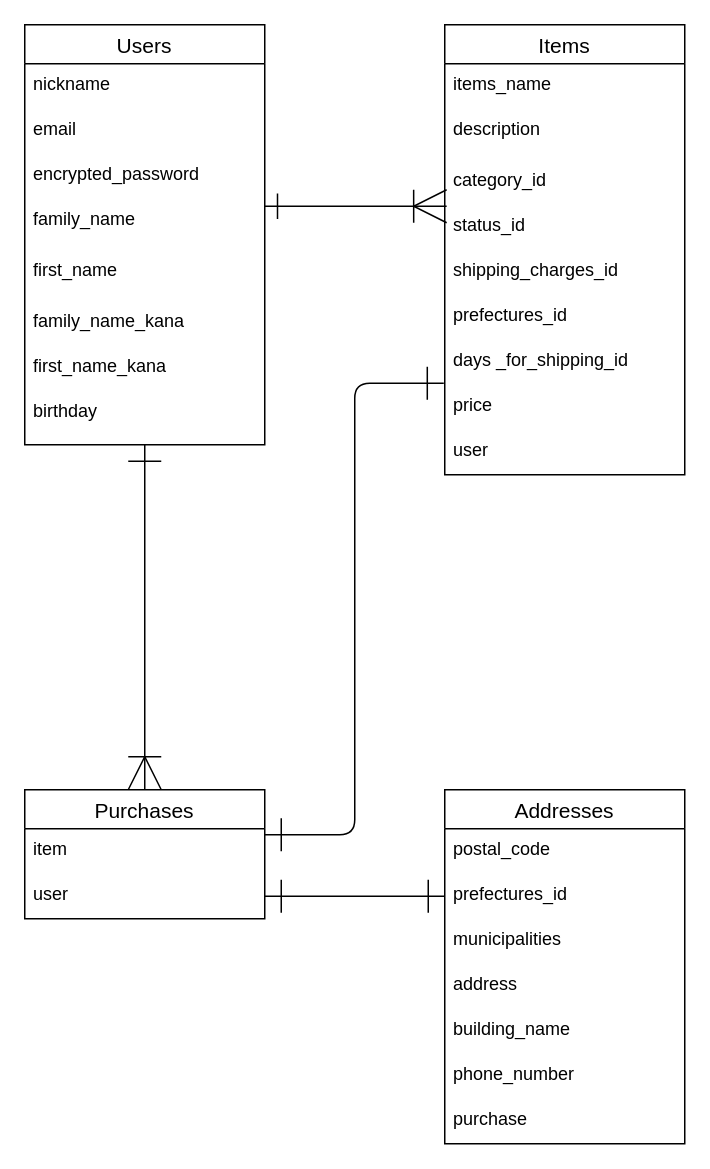
juuata/furima-38787 keeps this draw.io diagram as furima.dio. Above is the earlier version. Source tidied: cells renumbered, new cells numbered last; positions are measured from the earlier drawing's top-left corner, leaving out a move shared by most shapes. Both pictures are drawn from the tidied source at 150%, with x=0, y=0 at pixel (24, 24).
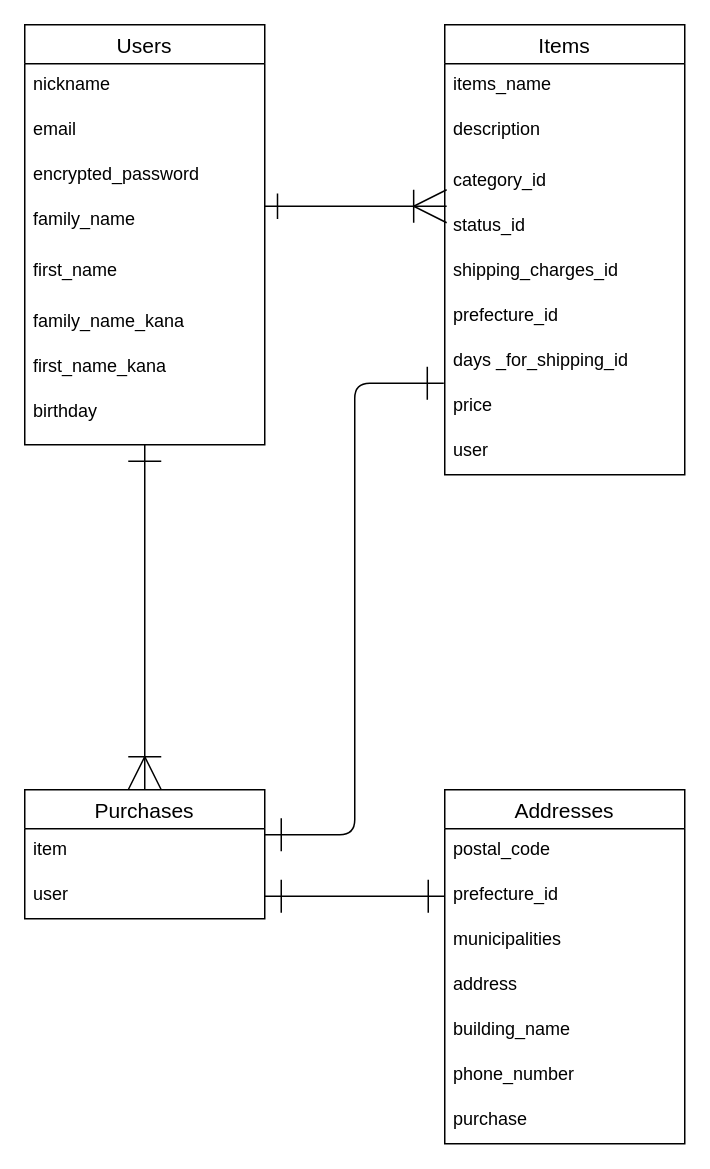
The same page after the edit.

Commit message (it also covers changes not shown here):
ER図とREADMEの設計 修正版３

The change refers to these unchanged cells:
```xml
<mxCell id="11" value="Items" style="swimlane;fontStyle=0;horizontal=1;startSize=26;align=center;fontSize=14;" parent="1" vertex="1">
  <mxGeometry x="280" width="160" height="300" as="geometry" />
</mxCell>
<mxCell id="24" value="Addresses" style="swimlane;fontStyle=0;horizontal=1;startSize=26;align=center;fontSize=14;" parent="1" vertex="1">
  <mxGeometry x="280" y="510" width="160" height="236" as="geometry" />
</mxCell>
```

Change to the diagram source:
```diff
@@
-    <mxCell id="17" value="prefectures_id" style="text;strokeColor=none;fillColor=none;spacingLeft=4;spacingRight=4;overflow=hidden;fontSize=12;" parent="11" vertex="1">
+    <mxCell id="17" value="prefecture_id" style="text;strokeColor=none;fillColor=none;spacingLeft=4;spacingRight=4;overflow=hidden;fontSize=12;" parent="11" vertex="1">
       <mxGeometry y="180" width="160" height="30" as="geometry" />
     </mxCell>
@@
-    <mxCell id="26" value="prefectures_id" style="text;strokeColor=none;fillColor=none;spacingLeft=4;spacingRight=4;overflow=hidden;points=[[0,0.5],[1,0.5]];portConstraint=eastwest;fontSize=12;" parent="24" vertex="1">
+    <mxCell id="26" value="prefecture_id" style="text;strokeColor=none;fillColor=none;spacingLeft=4;spacingRight=4;overflow=hidden;points=[[0,0.5],[1,0.5]];portConstraint=eastwest;fontSize=12;" parent="24" vertex="1">
       <mxGeometry y="56" width="160" height="30" as="geometry" />
     </mxCell>
```
